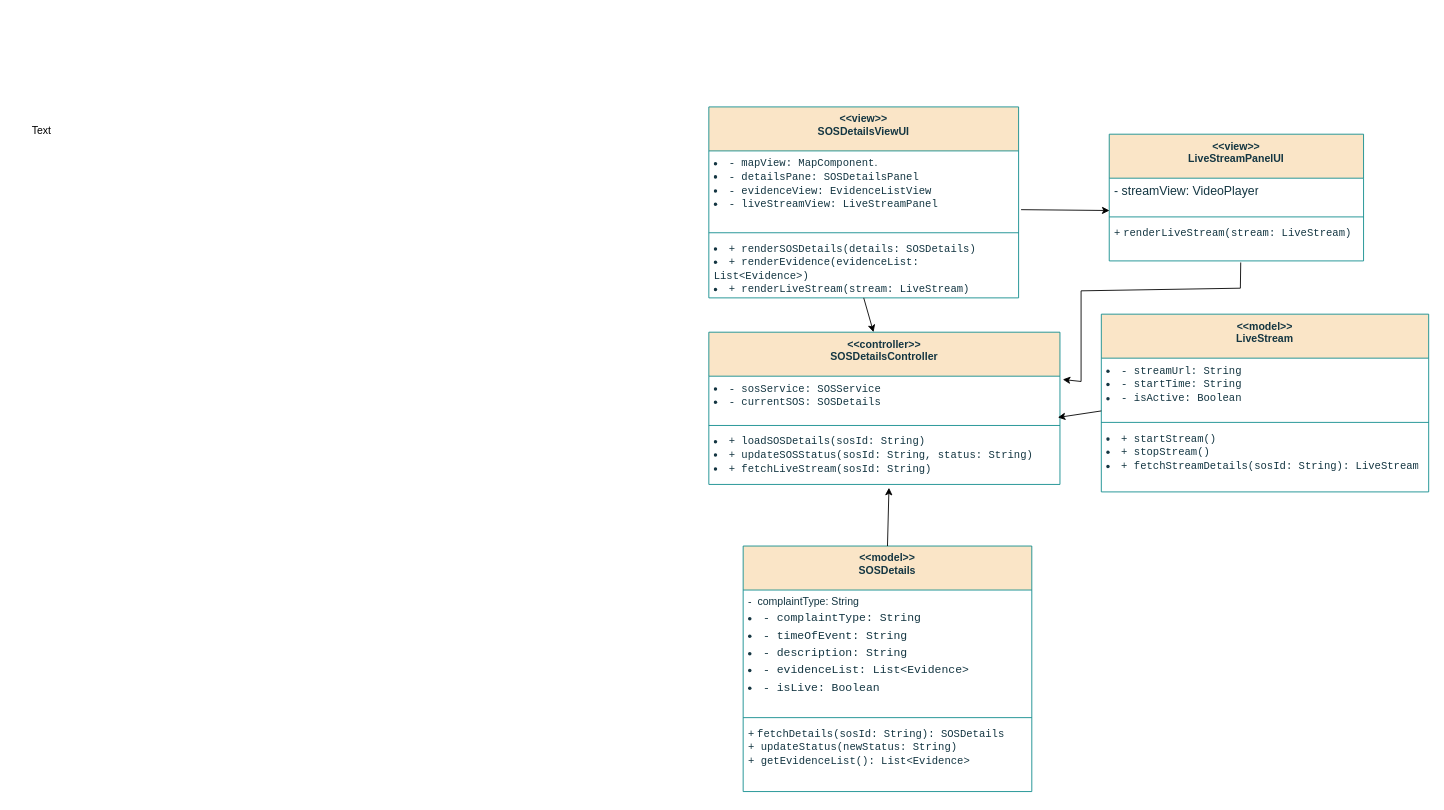
Earlier version of the draw.io diagram page "6. Agent View Details (Live)" (6 of 17) of Untitled Diagram.drawio (TH-014/CSE_326). Source tidied: cells renumbered, new cells numbered last; positions are measured from the earlier drawing's top-left corner, leaving out a move shared by most shapes. Both pictures are drawn from the tidied source at 88%, with x=0, y=0 at pixel (15, 106).
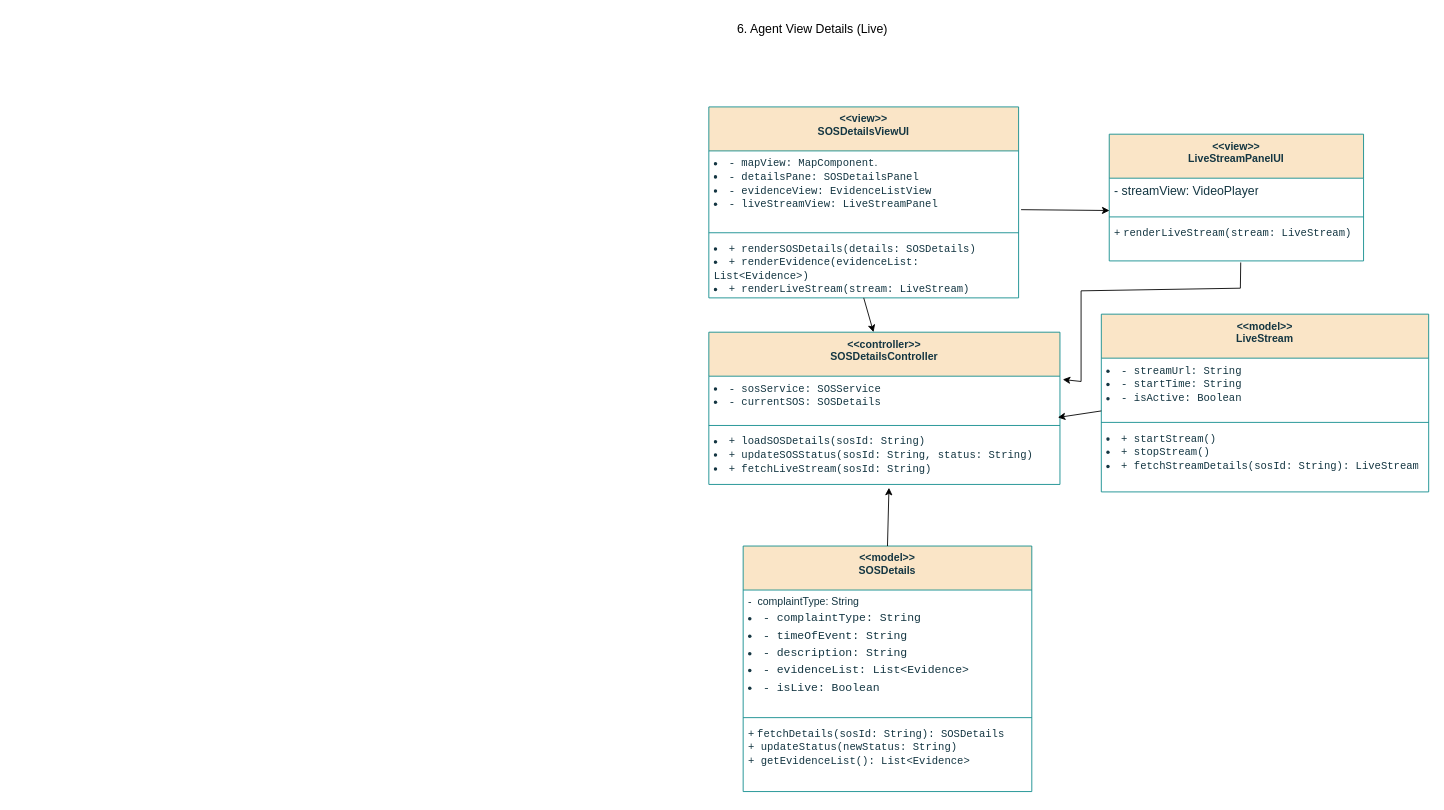
Above is the later version.

What changed in the source:
```diff
@@
-    <mxCell id="23" value="Text" style="text;html=1;align=center;verticalAlign=middle;whiteSpace=wrap;rounded=0;" parent="1" vertex="1">
-      <mxGeometry y="12" width="60" height="30" as="geometry" />
-    </mxCell>
@@
+    <mxCell id="28" value="&lt;font style=&quot;font-size: 14px;&quot;&gt;6. Agent View Details (Live)&lt;/font&gt;" style="text;html=1;align=center;verticalAlign=middle;whiteSpace=wrap;rounded=0;" parent="1" vertex="1">
+      <mxGeometry x="797" y="-104" width="218" height="30" as="geometry" />
+    </mxCell>
```
